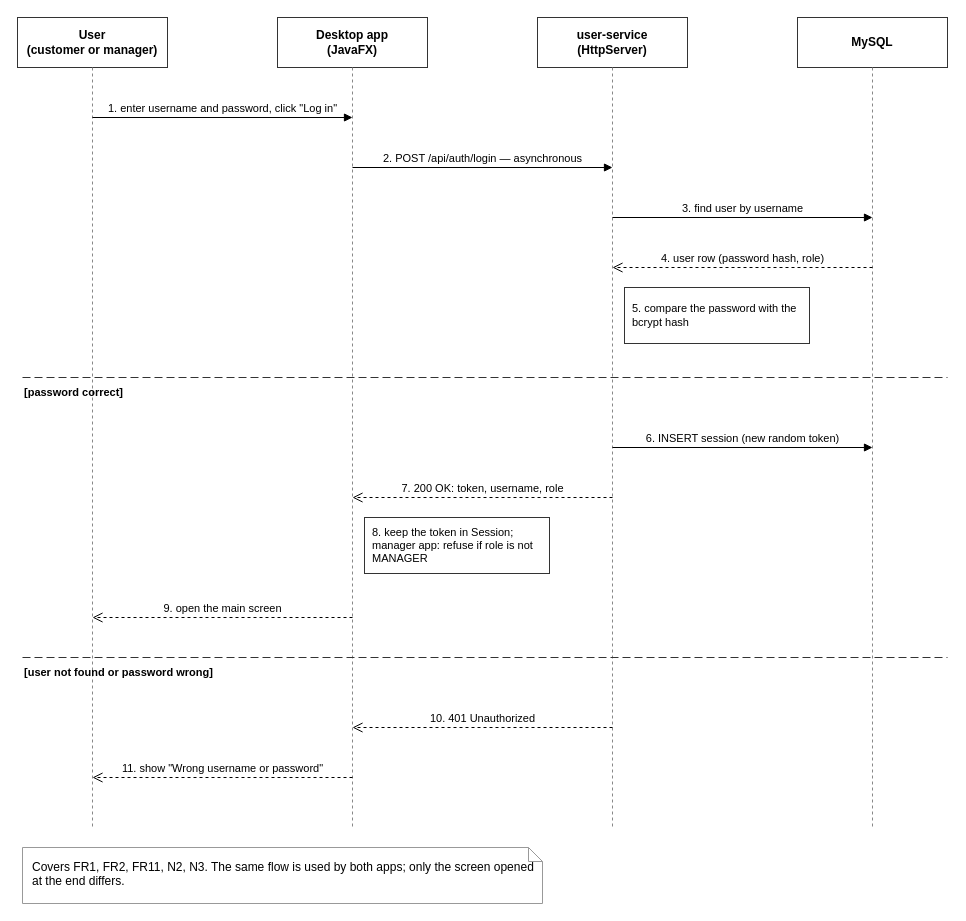
Before: docs/02-design/diagrams/sequence-login.drawio in KFUPMer/csce310-bookstore, a draw.io diagram. Source tidied: cells renumbered, new cells numbered last; positions are measured from the earlier drawing's top-left corner, leaving out a move shared by most shapes. Both pictures are drawn from the tidied source at 100%, with x=0, y=0 at pixel (17, 17).
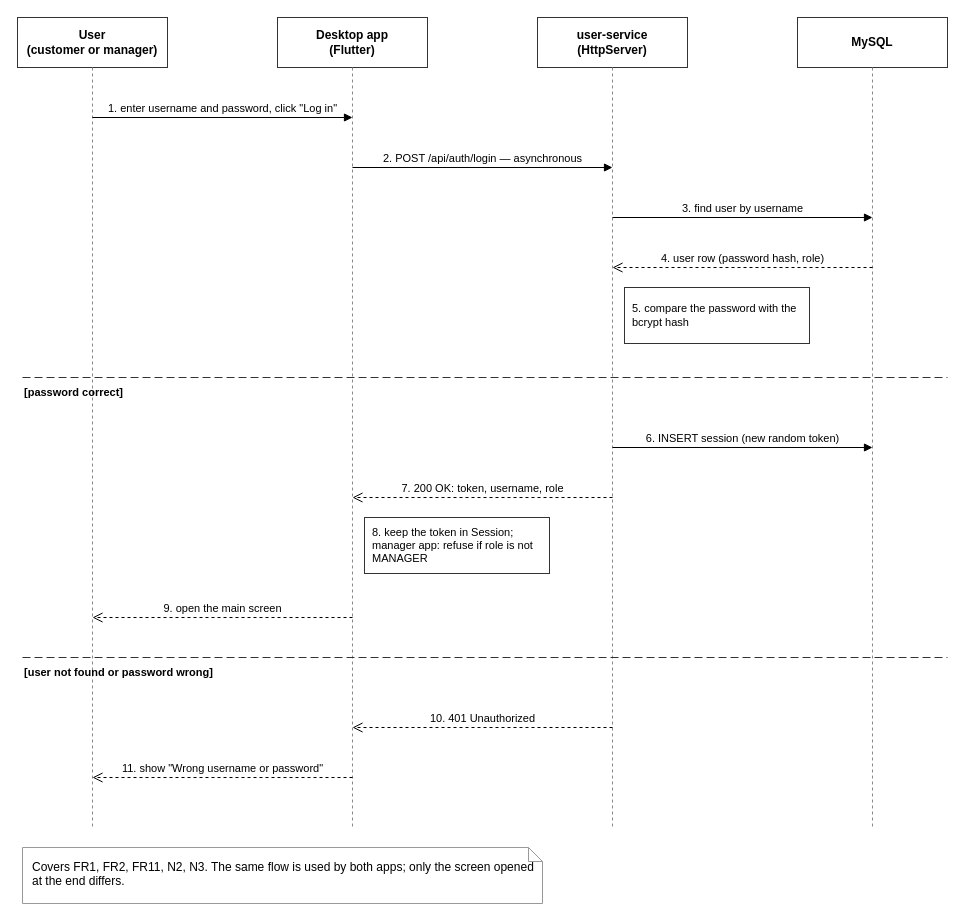
After the change.

Diff of the diagram source:
```diff
@@
-    <mxCell id="4" value="Desktop app&lt;br&gt;(JavaFX)" style="rounded=0;whiteSpace=wrap;html=1;fontStyle=1;fontSize=12;fillColor=#ffffff;strokeColor=#333333;" parent="1" vertex="1">
+    <mxCell id="4" value="Desktop app&lt;br&gt;(Flutter)" style="rounded=0;whiteSpace=wrap;html=1;fontStyle=1;fontSize=12;fillColor=#ffffff;strokeColor=#333333;" parent="1" vertex="1">
       <mxGeometry x="260" width="150" height="50" as="geometry" />
     </mxCell>
```
